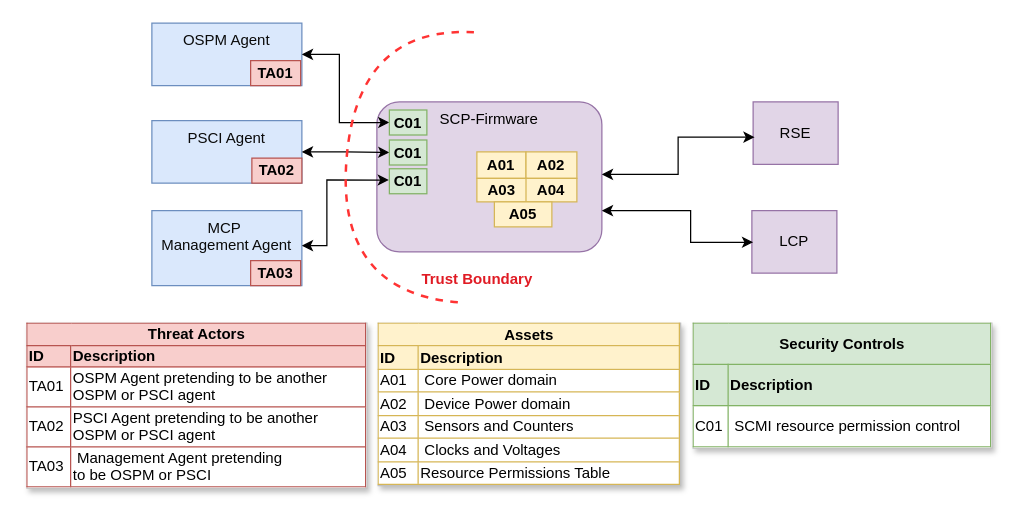
Before: doc/threat_model/Threat_model.drawio.xml in ARM-software/SCP-firmware, a draw.io diagram. Source tidied: cells renumbered, new cells numbered last; positions are measured from the earlier drawing's top-left corner, leaving out a move shared by most shapes. Both pictures are drawn from the tidied source at 125%, with x=0, y=0 at pixel (26, 22).
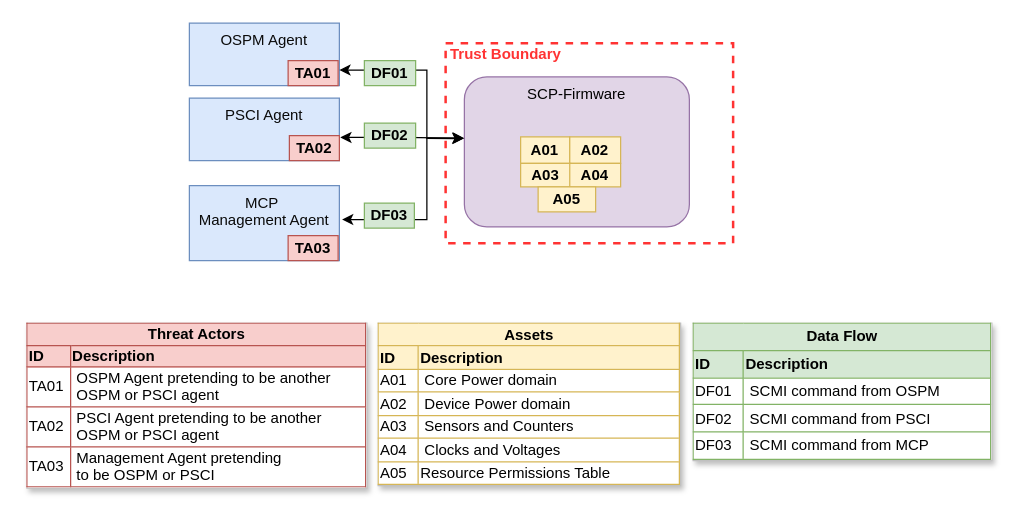
The same page after the edit.

Commit message (it also covers changes not shown here):
threat model: Add scope section and update the trusted boundary

This patch adds a scope section to the document and clarifies
the trusted boundary in the diagram.

The change refers to these unchanged cells:
```xml
<mxCell id="9" value="&lt;font color=&quot;#000000&quot;&gt;SCP-Firmware&lt;/font&gt;" style="rounded=1;whiteSpace=wrap;html=1;fillColor=#e1d5e7;strokeColor=#9673a6;verticalAlign=top;" parent="8" vertex="1">
  <mxGeometry width="180" height="120" as="geometry" />
</mxCell>
<mxCell id="16" value="&lt;font color=&quot;#0a0a0a&quot;&gt;OSPM Agent&lt;/font&gt;" style="rounded=0;whiteSpace=wrap;html=1;absoluteArcSize=0;fillColor=#dae8fc;strokeColor=#6c8ebf;verticalAlign=top;" parent="15" vertex="1">
  <mxGeometry width="120" height="50" as="geometry" />
</mxCell>
<mxCell id="19" value="&lt;font color=&quot;#0a0a0a&quot;&gt;PSCI Agent&lt;/font&gt;" style="rounded=0;whiteSpace=wrap;html=1;absoluteArcSize=0;fillColor=#dae8fc;strokeColor=#6c8ebf;verticalAlign=top;" parent="18" vertex="1">
  <mxGeometry width="120" height="50" as="geometry" />
</mxCell>
<mxCell id="20" value="&lt;b&gt;&lt;font color=&quot;#000000&quot;&gt;TA02&lt;/font&gt;&lt;/b&gt;" style="text;html=1;strokeColor=#b85450;fillColor=#f8cecc;align=center;verticalAlign=middle;whiteSpace=wrap;overflow=hidden;" parent="18" vertex="1">
  <mxGeometry x="80" y="30" width="40" height="20" as="geometry" />
</mxCell>
<mxCell id="22" value="&lt;font color=&quot;#0a0a0a&quot;&gt;MCP&amp;nbsp;&lt;br&gt;Management Agent&lt;/font&gt;" style="rounded=0;whiteSpace=wrap;html=1;absoluteArcSize=0;fillColor=#dae8fc;strokeColor=#6c8ebf;verticalAlign=top;" parent="21" vertex="1">
  <mxGeometry width="120" height="60" as="geometry" />
</mxCell>
```

The edit, as a diff of the source:
```diff
@@
-    <mxCell id="2" value="&lt;font color=&quot;#000000&quot;&gt;RSE&lt;/font&gt;" style="rounded=0;whiteSpace=wrap;html=1;absoluteArcSize=0;fillColor=#e1d5e7;strokeColor=#9673a6;" parent="1" vertex="1">
-      <mxGeometry x="581" y="63" width="68" height="50" as="geometry" />
-    </mxCell>
-    <mxCell id="3" value="&lt;font color=&quot;#000000&quot;&gt;LCP&lt;/font&gt;" style="rounded=0;whiteSpace=wrap;html=1;absoluteArcSize=0;fillColor=#e1d5e7;strokeColor=#9673a6;" parent="1" vertex="1">
-      <mxGeometry x="580" y="150" width="68" height="50" as="geometry" />
-    </mxCell>
-    <mxCell id="4" value="&lt;font style=&quot;font-size: 12px;&quot;&gt;Trust Boundary&lt;/font&gt;" style="text;html=1;strokeColor=none;fillColor=none;align=center;verticalAlign=middle;whiteSpace=wrap;rounded=0;fontColor=#e01b24;fontSize=12;fontStyle=1;" parent="1" vertex="1">
-      <mxGeometry x="280" y="180" width="160.8" height="50" as="geometry" />
+    <mxCell id="4" value="Trust Boundary" style="html=1;fontColor=#FF3333;fontStyle=1;align=left;verticalAlign=top;spacing=0;labelBorderColor=none;fillColor=none;dashed=1;strokeWidth=2;strokeColor=#FF3333;spacingLeft=4;spacingTop=-3;" parent="1" vertex="1">
+      <mxGeometry x="335" y="16" width="230" height="160" as="geometry" />
     </mxCell>
-    <mxCell id="5" value="&lt;table border=&quot;1&quot; width=&quot;100%&quot; style=&quot;width: 100% ; height: 100% ; border-collapse: collapse ; border: 1px solid #b85450&quot;&gt;&lt;tbody&gt;&lt;tr style=&quot;background-color: #f8cecc ; color: #000000 ; border: 1px solid #b85450&quot;&gt;&lt;th align=&quot;center&quot; colspan=&quot;2&quot;&gt;Threat Actors&lt;/th&gt;&lt;/tr&gt;&lt;tr style=&quot;background-color: #f8cecc ; color: #000000 ; border: 1px solid #b85450&quot;&gt;&lt;th align=&quot;left&quot; style=&quot;border: 1px solid #b85450&quot;&gt;ID&lt;/th&gt;&lt;th align=&quot;left&quot; style=&quot;border: 1px solid #b85450&quot;&gt;Description&lt;/th&gt;&lt;/tr&gt;&lt;tr&gt;&lt;td style=&quot;border: 1px solid #b85450&quot;&gt;TA01&lt;/td&gt;&lt;td style=&quot;border: 1px solid #b85450&quot;&gt;OSPM Agent pretending to be another &lt;br&gt;OSPM or PSCI agent&lt;/td&gt;&lt;/tr&gt;&lt;tr&gt;&lt;td&gt;TA02&lt;/td&gt;&lt;td&gt;PSCI Agent pretending to be another&lt;br&gt;OSPM or PSCI agent&lt;br&gt;&lt;/td&gt;&lt;/tr&gt;&lt;tr&gt;&lt;td&gt;TA03&lt;/td&gt;&lt;td&gt;&amp;nbsp;Management Agent pretending &lt;br&gt;to be OSPM or PSCI&lt;/td&gt;&lt;/tr&gt;&lt;/tbody&gt;&lt;/table&gt;" style="text;html=1;strokeColor=#c0c0c0;fillColor=#ffffff;overflow=fill;rounded=0;shadow=1;labelBackgroundColor=#ffffff;fontColor=#000000;align=left;" parent="1" vertex="1">
+    <mxCell id="5" value="&lt;table border=&quot;1&quot; width=&quot;100%&quot; style=&quot;width: 100% ; height: 100% ; border-collapse: collapse ; border: 1px solid #b85450&quot;&gt;&lt;tbody&gt;&lt;tr style=&quot;background-color: #f8cecc ; color: #000000 ; border: 1px solid #b85450&quot;&gt;&lt;th align=&quot;center&quot; colspan=&quot;2&quot;&gt;Threat Actors&lt;/th&gt;&lt;/tr&gt;&lt;tr style=&quot;background-color: #f8cecc ; color: #000000 ; border: 1px solid #b85450&quot;&gt;&lt;th align=&quot;left&quot; style=&quot;border: 1px solid #b85450&quot;&gt;ID&lt;/th&gt;&lt;th align=&quot;left&quot; style=&quot;border: 1px solid #b85450&quot;&gt;Description&lt;/th&gt;&lt;/tr&gt;&lt;tr&gt;&lt;td style=&quot;border: 1px solid #b85450&quot;&gt;TA01&lt;/td&gt;&lt;td style=&quot;border: 1px solid #b85450&quot;&gt;&amp;nbsp;OSPM Agent pretending to be another&lt;br&gt;&amp;nbsp;OSPM or PSCI agent&lt;/td&gt;&lt;/tr&gt;&lt;tr&gt;&lt;td&gt;TA02&lt;/td&gt;&lt;td&gt;&amp;nbsp;PSCI Agent pretending to be another&lt;br&gt;&amp;nbsp;OSPM or PSCI agent&lt;br&gt;&lt;/td&gt;&lt;/tr&gt;&lt;tr&gt;&lt;td&gt;TA03&lt;/td&gt;&lt;td&gt;&amp;nbsp;Management Agent pretending &lt;br&gt;&amp;nbsp;to be OSPM or PSCI&lt;/td&gt;&lt;/tr&gt;&lt;/tbody&gt;&lt;/table&gt;" style="text;html=1;strokeColor=#c0c0c0;fillColor=#ffffff;overflow=fill;rounded=0;shadow=1;labelBackgroundColor=#ffffff;fontColor=#000000;align=left;" parent="1" vertex="1">
       <mxGeometry y="240" width="272" height="132" as="geometry" />
     </mxCell>
@@
-    <mxCell id="7" value="&lt;table border=&quot;1&quot; width=&quot;100%&quot; style=&quot;width: 100% ; height: 100% ; border-collapse: collapse ; border: 1px solid #82b366&quot;&gt;&lt;tbody&gt;&lt;tr style=&quot;background-color: #d5e8d4 ; color: #000000 ; border: 1px solid #82b366&quot;&gt;&lt;th align=&quot;center&quot; colspan=&quot;2&quot;&gt;Security Controls&lt;/th&gt;&lt;/tr&gt;&lt;tr style=&quot;background-color: #d5e8d4 ; color: #000000 ; border: 1px solid #82b366&quot;&gt;&lt;th align=&quot;left&quot; style=&quot;border: 1px solid #82b366&quot;&gt;ID&lt;/th&gt;&lt;th align=&quot;left&quot; style=&quot;border: 1px solid #82b366&quot;&gt;Description&lt;/th&gt;&lt;/tr&gt;&lt;tr&gt;&lt;td style=&quot;border: 1px solid #82b366&quot;&gt;C01&lt;/td&gt;&lt;td style=&quot;border: 1px solid #82b366&quot;&gt;&amp;nbsp;SCMI resource permission control&lt;/td&gt;&lt;/tr&gt;&lt;/tbody&gt;&lt;/table&gt;" style="text;html=1;strokeColor=#c0c0c0;fillColor=#ffffff;overflow=fill;rounded=0;shadow=1;labelBackgroundColor=#ffffff;fontColor=#000000;align=left;" parent="1" vertex="1">
-      <mxGeometry x="533" y="240" width="239" height="100" as="geometry" />
+    <mxCell id="7" value="&lt;table border=&quot;1&quot; width=&quot;100%&quot; style=&quot;width: 100% ; height: 100% ; border-collapse: collapse ; border: 1px solid #82b366&quot;&gt;&lt;tbody&gt;&lt;tr style=&quot;background-color: #d5e8d4 ; color: #000000 ; border: 1px solid #82b366&quot;&gt;&lt;th align=&quot;center&quot; colspan=&quot;2&quot;&gt;Data Flow&lt;/th&gt;&lt;/tr&gt;&lt;tr style=&quot;background-color: #d5e8d4 ; color: #000000 ; border: 1px solid #82b366&quot;&gt;&lt;th align=&quot;left&quot; style=&quot;border: 1px solid #82b366&quot;&gt;ID&lt;/th&gt;&lt;th align=&quot;left&quot; style=&quot;border: 1px solid #82b366&quot;&gt;Description&lt;/th&gt;&lt;/tr&gt;&lt;tr&gt;&lt;td style=&quot;border: 1px solid #82b366&quot;&gt;DF01&lt;/td&gt;&lt;td style=&quot;border: 1px solid #82b366&quot;&gt;&amp;nbsp;SCMI command from OSPM&lt;br&gt;&lt;/td&gt;&lt;/tr&gt;&lt;tr&gt;&lt;td&gt;DF02&lt;/td&gt;&lt;td&gt;&amp;nbsp;SCMI command from PSCI&lt;/td&gt;&lt;/tr&gt;&lt;tr&gt;&lt;td&gt;DF03&lt;/td&gt;&lt;td&gt;&amp;nbsp;SCMI command from MCP&lt;/td&gt;&lt;/tr&gt;&lt;/tbody&gt;&lt;/table&gt;" style="text;html=1;strokeColor=#c0c0c0;fillColor=#ffffff;overflow=fill;rounded=0;shadow=1;labelBackgroundColor=#ffffff;fontColor=#000000;align=left;" parent="1" vertex="1">
+      <mxGeometry x="533" y="240" width="239" height="110" as="geometry" />
     </mxCell>
     <mxCell id="8" style="group;" parent="1" vertex="1">
-      <mxGeometry x="280" y="63" width="200" height="137" as="geometry" />
+      <mxGeometry x="350" y="43" width="200" height="137" as="geometry" />
     </mxCell>
@@
     <mxCell id="10" value="&lt;b&gt;&lt;font color=&quot;#000000&quot;&gt;A01&lt;/font&gt;&lt;/b&gt;" style="text;html=1;strokeColor=#d6b656;fillColor=#fff2cc;align=center;verticalAlign=middle;whiteSpace=wrap;overflow=hidden;" parent="8" vertex="1">
-      <mxGeometry x="80" y="40" width="39.3" height="21.2" as="geometry" />
+      <mxGeometry x="45" y="48" width="39.3" height="21.2" as="geometry" />
     </mxCell>
     <mxCell id="11" value="&lt;b&gt;&lt;font color=&quot;#000000&quot;&gt;A02&lt;/font&gt;&lt;/b&gt;" style="text;html=1;strokeColor=#d6b656;fillColor=#fff2cc;align=center;verticalAlign=middle;whiteSpace=wrap;overflow=hidden;" parent="8" vertex="1">
-      <mxGeometry x="119.3" y="40" width="40.7" height="21.2" as="geometry" />
+      <mxGeometry x="84.3" y="48" width="40.7" height="21.2" as="geometry" />
     </mxCell>
     <mxCell id="12" value="&lt;b&gt;&lt;font color=&quot;#000000&quot;&gt;A03&lt;/font&gt;&lt;/b&gt;" style="text;html=1;strokeColor=#d6b656;fillColor=#fff2cc;align=center;verticalAlign=middle;whiteSpace=wrap;overflow=hidden;" parent="8" vertex="1">
-      <mxGeometry x="80" y="61.2" width="40" height="18.8" as="geometry" />
+      <mxGeometry x="45" y="69.2" width="40" height="18.8" as="geometry" />
     </mxCell>
     <mxCell id="13" value="&lt;b&gt;&lt;font color=&quot;#000000&quot;&gt;A04&lt;/font&gt;&lt;/b&gt;" style="text;html=1;strokeColor=#d6b656;fillColor=#fff2cc;align=center;verticalAlign=middle;whiteSpace=wrap;overflow=hidden;" parent="8" vertex="1">
-      <mxGeometry x="119.3" y="61.2" width="40.7" height="18.8" as="geometry" />
+      <mxGeometry x="84.3" y="69.2" width="40.7" height="18.8" as="geometry" />
     </mxCell>
     <mxCell id="14" value="&lt;b&gt;&lt;font color=&quot;#000000&quot;&gt;A05&lt;/font&gt;&lt;/b&gt;" style="text;html=1;strokeColor=#d6b656;fillColor=#fff2cc;align=center;verticalAlign=middle;whiteSpace=wrap;overflow=hidden;" parent="8" vertex="1">
-      <mxGeometry x="94" y="80" width="46" height="20" as="geometry" />
+      <mxGeometry x="59" y="88" width="46" height="20" as="geometry" />
     </mxCell>
     <mxCell id="15" style="group;fontColor=#000000;" parent="1" vertex="1">
-      <mxGeometry x="100" width="120" height="50" as="geometry" />
+      <mxGeometry x="130" width="120" height="50" as="geometry" />
     </mxCell>
@@
     <mxCell id="18" style="group;" parent="1" vertex="1">
-      <mxGeometry x="100" y="78" width="120" height="50" as="geometry" />
+      <mxGeometry x="130" y="60" width="120" height="50" as="geometry" />
     </mxCell>
@@
     <mxCell id="21" style="group;" parent="1" vertex="1">
-      <mxGeometry x="100" y="150" width="120" height="60" as="geometry" />
+      <mxGeometry x="130" y="130" width="120" height="60" as="geometry" />
     </mxCell>
@@
-    <mxCell id="24" style="edgeStyle=orthogonalEdgeStyle;rounded=0;jettySize=auto;html=1;startArrow=classic;startFill=1;entryX=0;entryY=0.5;entryDx=0;entryDy=0;" parent="1" edge="1" source="19" target="29">
+    <mxCell id="24" style="edgeStyle=orthogonalEdgeStyle;rounded=0;jettySize=auto;html=1;startArrow=classic;startFill=1;entryX=-0.004;entryY=0.409;entryDx=0;entryDy=0;exitX=1.019;exitY=0.071;exitDx=0;exitDy=0;exitPerimeter=0;entryPerimeter=0;" parent="1" edge="1" source="20" target="9">
       <mxGeometry relative="1" as="geometry" />
     </mxCell>
-    <mxCell id="25" style="edgeStyle=orthogonalEdgeStyle;rounded=0;jettySize=auto;html=1;entryX=0;entryY=0.5;entryDx=0;entryDy=0;startArrow=classic;startFill=1;" parent="1" edge="1" source="16" target="28">
+    <mxCell id="25" style="edgeStyle=orthogonalEdgeStyle;rounded=0;jettySize=auto;html=1;entryX=-0.004;entryY=0.411;entryDx=0;entryDy=0;startArrow=classic;startFill=1;exitX=1;exitY=0.75;exitDx=0;exitDy=0;entryPerimeter=0;" parent="1" edge="1" source="16" target="9">
       <mxGeometry relative="1" as="geometry">
         <Array as="points">
-          <mxPoint x="250" y="25" />
-          <mxPoint x="250" y="80" />
-          <mxPoint x="290" y="80" />
+          <mxPoint x="320" y="37" />
+          <mxPoint x="320" y="92" />
+          <mxPoint x="349" y="92" />
         </Array>
       </mxGeometry>
     </mxCell>
-    <mxCell id="26" style="edgeStyle=orthogonalEdgeStyle;rounded=0;jettySize=auto;html=1;startArrow=classic;startFill=1;entryX=-0.013;entryY=0.451;entryDx=0;entryDy=0;entryPerimeter=0;" parent="1" edge="1" target="30">
+    <mxCell id="26" style="edgeStyle=orthogonalEdgeStyle;rounded=0;jettySize=auto;html=1;startArrow=classic;startFill=1;exitX=1.018;exitY=0.453;exitDx=0;exitDy=0;exitPerimeter=0;" parent="1" edge="1" source="22">
       <mxGeometry relative="1" as="geometry">
-        <mxPoint x="220" y="178" as="sourcePoint" />
+        <mxPoint x="350" y="92" as="targetPoint" />
         <Array as="points">
-          <mxPoint x="240" y="178" />
-          <mxPoint x="240" y="126" />
+          <mxPoint x="320" y="157" />
+          <mxPoint x="320" y="92" />
         </Array>
       </mxGeometry>
     </mxCell>
-    <mxCell id="27" style="edgeStyle=orthogonalEdgeStyle;rounded=0;orthogonalLoop=1;jettySize=auto;html=1;exitX=0;exitY=0.5;exitDx=0;exitDy=0;entryX=0;entryY=0.5;entryDx=0;entryDy=0;" parent="1" edge="1" source="28" target="28">
-      <mxGeometry relative="1" as="geometry" />
+    <mxCell id="27" style="edgeStyle=orthogonalEdgeStyle;rounded=0;orthogonalLoop=1;jettySize=auto;html=1;exitX=0;exitY=0.5;exitDx=0;exitDy=0;entryX=0;entryY=0.5;entryDx=0;entryDy=0;" parent="1" edge="1">
+      <mxGeometry relative="1" as="geometry">
+        <mxPoint x="360" y="59.5" as="sourcePoint" />
+        <mxPoint x="360" y="59.5" as="targetPoint" />
+      </mxGeometry>
     </mxCell>
-    <mxCell id="28" value="&lt;b&gt;&lt;font color=&quot;#000000&quot;&gt;C01&lt;/font&gt;&lt;/b&gt;" style="text;html=1;strokeColor=#82b366;fillColor=#d5e8d4;align=center;verticalAlign=middle;whiteSpace=wrap;overflow=hidden;" parent="1" vertex="1">
-      <mxGeometry x="290" y="69.5" width="30" height="20" as="geometry" />
-    </mxCell>
-    <mxCell id="29" value="&lt;b&gt;&lt;font color=&quot;#000000&quot;&gt;C01&lt;/font&gt;&lt;/b&gt;" style="text;html=1;strokeColor=#82b366;fillColor=#d5e8d4;align=center;verticalAlign=middle;whiteSpace=wrap;overflow=hidden;" parent="1" vertex="1">
-      <mxGeometry x="290" y="93.5" width="30" height="20" as="geometry" />
-    </mxCell>
+    <mxCell id="34" value="&lt;b&gt;&lt;font color=&quot;#000000&quot;&gt;DF01&lt;/font&gt;&lt;/b&gt;" style="text;html=1;strokeColor=#82b366;fillColor=#d5e8d4;align=center;verticalAlign=middle;whiteSpace=wrap;overflow=hidden;" parent="1" vertex="1">
+      <mxGeometry x="270" y="30" width="41" height="20" as="geometry" />
+    </mxCell>
+    <mxCell id="35" value="&lt;b&gt;&lt;font color=&quot;#000000&quot;&gt;DF02&lt;/font&gt;&lt;/b&gt;" style="text;html=1;strokeColor=#82b366;fillColor=#d5e8d4;align=center;verticalAlign=middle;whiteSpace=wrap;overflow=hidden;" parent="1" vertex="1">
+      <mxGeometry x="270" y="80" width="41" height="20" as="geometry" />
+    </mxCell>
-    <mxCell id="30" value="&lt;b&gt;&lt;font color=&quot;#000000&quot;&gt;C01&lt;/font&gt;&lt;/b&gt;" style="text;html=1;strokeColor=#82b366;fillColor=#d5e8d4;align=center;verticalAlign=middle;whiteSpace=wrap;overflow=hidden;" parent="1" vertex="1">
-      <mxGeometry x="290" y="116.5" width="30" height="20" as="geometry" />
+    <mxCell id="30" value="&lt;b&gt;&lt;font color=&quot;#000000&quot;&gt;DF03&lt;/font&gt;&lt;/b&gt;" style="text;html=1;strokeColor=#82b366;fillColor=#d5e8d4;align=center;verticalAlign=middle;whiteSpace=wrap;overflow=hidden;" parent="1" vertex="1">
+      <mxGeometry x="270" y="144" width="40" height="20" as="geometry" />
     </mxCell>
-    <mxCell id="31" style="shape=requiredInterface;html=1;verticalLabelPosition=bottom;dashed=1;strokeColor=#FF3333;strokeWidth=2;fillColor=none;fontColor=#FF3333;align=left;rotation=-175;" parent="1" vertex="1">
-      <mxGeometry x="255.7" y="3" width="98.7" height="216.5" as="geometry" />
-    </mxCell>
-    <mxCell id="32" style="endArrow=classic;startArrow=classic;html=1;rounded=0;entryX=0.017;entryY=0.564;entryDx=0;entryDy=0;entryPerimeter=0;strokeColor=default;edgeStyle=orthogonalEdgeStyle;" parent="1" edge="1" target="2">
-      <mxGeometry relative="1" as="geometry">
-        <mxPoint x="460" y="121" as="sourcePoint" />
-        <Array as="points">
-          <mxPoint x="460" y="121" />
-          <mxPoint x="521" y="121" />
-          <mxPoint x="521" y="91" />
-        </Array>
-      </mxGeometry>
-    </mxCell>
-    <mxCell id="33" style="endArrow=classic;startArrow=classic;html=1;rounded=0;entryX=0.015;entryY=0.507;entryDx=0;entryDy=0;entryPerimeter=0;strokeColor=default;edgeStyle=orthogonalEdgeStyle;" parent="1" edge="1" target="3">
-      <mxGeometry relative="1" as="geometry">
-        <mxPoint x="460" y="150" as="sourcePoint" />
-        <Array as="points">
-          <mxPoint x="531" y="150" />
-          <mxPoint x="531" y="175" />
-          <mxPoint x="581" y="175" />
-        </Array>
-      </mxGeometry>
-    </mxCell>
```
